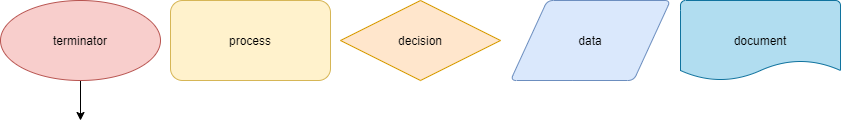
This is explore/diagramming/diagram.drawio.png from StevenSchaeffer/fa21-cse110-lab4, a draw.io export, as it was before one commit. Source tidied: cells renumbered, new cells last; positions are measured from the earlier drawing's top-left corner, leaving out a move shared by most shapes.
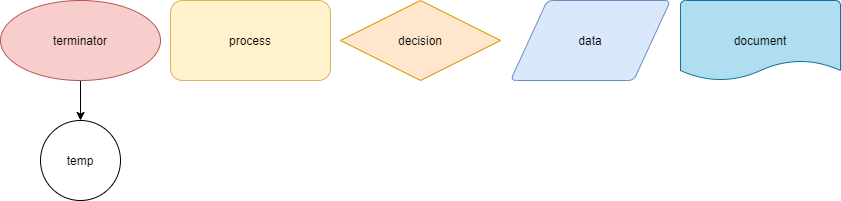
After the change.

Change to the diagram source:
```diff
@@ -2,10 +2,8 @@
   <root>
     <mxCell id="0" />
     <mxCell id="1" parent="0" />
-    <mxCell id="2" style="edgeStyle=orthogonalEdgeStyle;rounded=0;jettySize=auto;html=1;" parent="1" edge="1" source="3">
-      <mxGeometry relative="1" as="geometry">
-        <mxPoint x="80" y="120" as="targetPoint" />
-      </mxGeometry>
+    <mxCell id="2" style="edgeStyle=orthogonalEdgeStyle;rounded=0;jettySize=auto;html=1;entryX=0.5;entryY=0;entryDx=0;entryDy=0;entryPerimeter=0;" parent="1" edge="1" source="3" target="8">
+      <mxGeometry relative="1" as="geometry" />
     </mxCell>
     <mxCell id="3" value="&lt;font color=&quot;#000000&quot;&gt;terminator&lt;/font&gt;" style="ellipse;whiteSpace=wrap;html=1;fillColor=#f8cecc;strokeColor=#b85450;" parent="1" vertex="1">
       <mxGeometry width="160" height="80" as="geometry" />
@@ -22,5 +20,8 @@
     <mxCell id="7" value="&lt;font color=&quot;#000000&quot;&gt;document&lt;/font&gt;" style="strokeWidth=1;html=1;shape=mxgraph.flowchart.document2;whiteSpace=wrap;size=0.25;fillColor=#b1ddf0;strokeColor=#10739e;" parent="1" vertex="1">
       <mxGeometry x="680" width="160" height="80" as="geometry" />
     </mxCell>
+    <mxCell id="8" value="temp" style="strokeWidth=1;html=1;shape=mxgraph.flowchart.start_2;whiteSpace=wrap;" parent="1" vertex="1">
+      <mxGeometry x="40" y="120" width="80" height="80" as="geometry" />
+    </mxCell>
   </root>
 </mxGraphModel>
```
